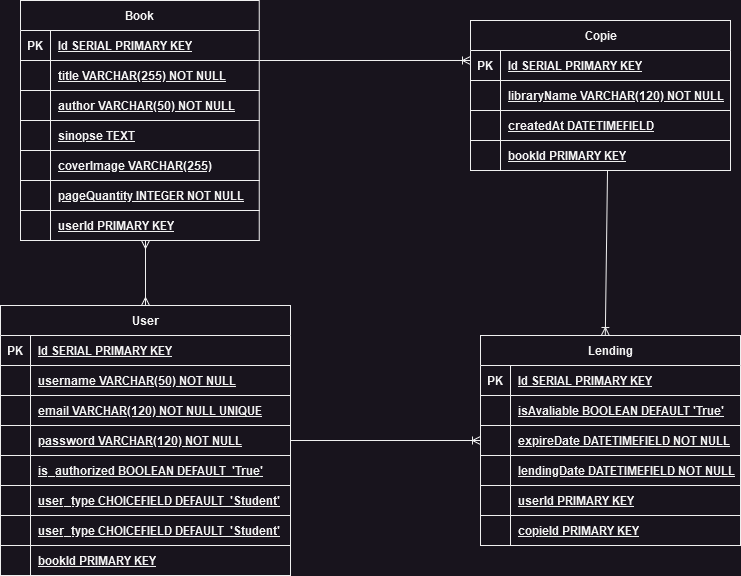
Before: diagram.png, a diagram exported from draw.io (m5-t15-g20/Biblioteka). Source tidied: cells renumbered, new cells last; positions are measured from the earlier drawing's top-left corner, leaving out a move shared by most shapes.
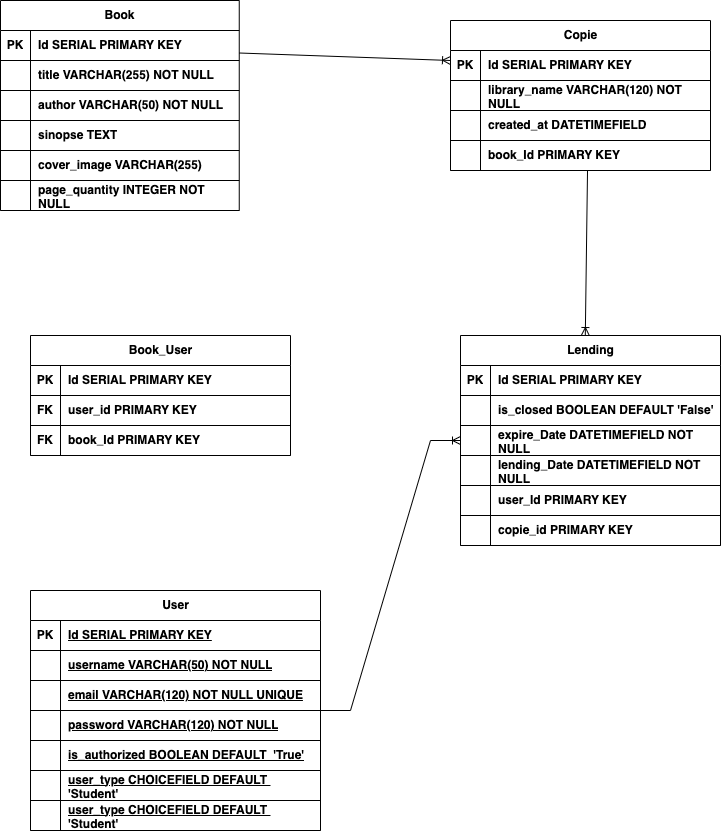
After the commit.

Diff of the diagram source:
```diff
@@ -3,7 +3,7 @@
     <mxCell id="0" />
     <mxCell id="1" parent="0" />
     <mxCell id="2" value="Book" style="shape=table;startSize=30;rowLines=0;fontStyle=1;align=center;html=1;" parent="1" vertex="1">
-      <mxGeometry x="20" width="238.8" height="240" as="geometry" />
+      <mxGeometry x="20" width="238.8" height="210" as="geometry" />
     </mxCell>
     <mxCell id="3" style="shape=tableRow;horizontal=0;startSize=0;swimlaneHead=0;swimlaneBody=0;fillColor=none;top=0;left=0;right=0;bottom=1;" parent="2" vertex="1">
       <mxGeometry y="30" width="238.8" height="30" as="geometry" />
@@ -11,7 +11,7 @@
     <mxCell id="4" value="PK" style="shape=partialRectangle;fillColor=none;top=0;left=0;bottom=0;right=0;fontStyle=1;overflow=hidden;whiteSpace=wrap;html=1;" parent="3" vertex="1">
       <mxGeometry width="30" height="30" as="geometry" />
     </mxCell>
-    <mxCell id="5" value="Id SERIAL PRIMARY KEY" style="shape=partialRectangle;fillColor=none;top=0;left=0;bottom=0;right=0;align=left;spacingLeft=6;fontStyle=5;overflow=hidden;whiteSpace=wrap;html=1;" parent="3" vertex="1">
+    <mxCell id="5" value="Id SERIAL PRIMARY KEY" style="shape=partialRectangle;fillColor=none;top=0;left=0;bottom=0;right=0;align=left;spacingLeft=6;fontStyle=1;overflow=hidden;whiteSpace=wrap;html=1;" parent="3" vertex="1">
       <mxGeometry x="30" width="208.8" height="30" as="geometry" />
     </mxCell>
     <mxCell id="6" style="shape=tableRow;horizontal=0;startSize=0;swimlaneHead=0;swimlaneBody=0;fillColor=none;top=0;left=0;right=0;bottom=1;" parent="2" vertex="1">
@@ -20,7 +20,7 @@
     <mxCell id="7" style="shape=partialRectangle;fillColor=none;top=0;left=0;bottom=0;right=0;fontStyle=1;overflow=hidden;whiteSpace=wrap;html=1;strokeColor=default;" parent="6" vertex="1">
       <mxGeometry width="30" height="30" as="geometry" />
     </mxCell>
-    <mxCell id="8" value="title VARCHAR(255) NOT NULL" style="shape=partialRectangle;fillColor=none;top=0;left=0;bottom=0;right=0;align=left;spacingLeft=6;fontStyle=5;overflow=hidden;whiteSpace=wrap;html=1;" parent="6" vertex="1">
+    <mxCell id="8" value="title VARCHAR(255) NOT NULL" style="shape=partialRectangle;fillColor=none;top=0;left=0;bottom=0;right=0;align=left;spacingLeft=6;fontStyle=1;overflow=hidden;whiteSpace=wrap;html=1;" parent="6" vertex="1">
       <mxGeometry x="30" width="208.8" height="30" as="geometry" />
     </mxCell>
     <mxCell id="9" style="shape=tableRow;horizontal=0;startSize=0;swimlaneHead=0;swimlaneBody=0;fillColor=none;top=0;left=0;right=0;bottom=1;" parent="2" vertex="1">
@@ -29,7 +29,7 @@
     <mxCell id="10" style="shape=partialRectangle;fillColor=none;top=0;left=0;bottom=0;right=0;fontStyle=1;overflow=hidden;whiteSpace=wrap;html=1;" parent="9" vertex="1">
       <mxGeometry width="30" height="30" as="geometry" />
     </mxCell>
-    <mxCell id="11" value="author VARCHAR(50) NOT NULL" style="shape=partialRectangle;fillColor=none;top=0;left=0;bottom=0;right=0;align=left;spacingLeft=6;fontStyle=5;overflow=hidden;whiteSpace=wrap;html=1;" parent="9" vertex="1">
+    <mxCell id="11" value="author VARCHAR(50) NOT NULL" style="shape=partialRectangle;fillColor=none;top=0;left=0;bottom=0;right=0;align=left;spacingLeft=6;fontStyle=1;overflow=hidden;whiteSpace=wrap;html=1;" parent="9" vertex="1">
       <mxGeometry x="30" width="208.8" height="30" as="geometry" />
     </mxCell>
     <mxCell id="12" style="shape=tableRow;horizontal=0;startSize=0;swimlaneHead=0;swimlaneBody=0;fillColor=none;top=0;left=0;right=0;bottom=1;" parent="2" vertex="1">
@@ -38,7 +38,7 @@
     <mxCell id="13" style="shape=partialRectangle;fillColor=none;top=0;left=0;bottom=0;right=0;fontStyle=1;overflow=hidden;whiteSpace=wrap;html=1;" parent="12" vertex="1">
       <mxGeometry width="30" height="30" as="geometry" />
     </mxCell>
-    <mxCell id="14" value="sinopse TEXT " style="shape=partialRectangle;fillColor=none;top=0;left=0;bottom=0;right=0;align=left;spacingLeft=6;fontStyle=5;overflow=hidden;whiteSpace=wrap;html=1;" parent="12" vertex="1">
+    <mxCell id="14" value="sinopse TEXT " style="shape=partialRectangle;fillColor=none;top=0;left=0;bottom=0;right=0;align=left;spacingLeft=6;fontStyle=1;overflow=hidden;whiteSpace=wrap;html=1;" parent="12" vertex="1">
       <mxGeometry x="30" width="208.8" height="30" as="geometry" />
     </mxCell>
     <mxCell id="15" style="shape=tableRow;horizontal=0;startSize=0;swimlaneHead=0;swimlaneBody=0;fillColor=none;top=0;left=0;right=0;bottom=1;" parent="2" vertex="1">
@@ -47,7 +47,7 @@
     <mxCell id="16" style="shape=partialRectangle;fillColor=none;top=0;left=0;bottom=0;right=0;fontStyle=1;overflow=hidden;whiteSpace=wrap;html=1;" parent="15" vertex="1">
       <mxGeometry width="30" height="30" as="geometry" />
     </mxCell>
-    <mxCell id="17" value="coverImage VARCHAR(255) " style="shape=partialRectangle;fillColor=none;top=0;left=0;bottom=0;right=0;align=left;spacingLeft=6;fontStyle=5;overflow=hidden;whiteSpace=wrap;html=1;" parent="15" vertex="1">
+    <mxCell id="17" value="cover_image VARCHAR(255) " style="shape=partialRectangle;fillColor=none;top=0;left=0;bottom=0;right=0;align=left;spacingLeft=6;fontStyle=1;overflow=hidden;whiteSpace=wrap;html=1;" parent="15" vertex="1">
       <mxGeometry x="30" width="208.8" height="30" as="geometry" />
     </mxCell>
     <mxCell id="18" style="shape=tableRow;horizontal=0;startSize=0;swimlaneHead=0;swimlaneBody=0;fillColor=none;top=0;left=0;right=0;bottom=1;" parent="2" vertex="1">
@@ -56,18 +56,9 @@
     <mxCell id="19" style="shape=partialRectangle;fillColor=none;top=0;left=0;bottom=0;right=0;fontStyle=1;overflow=hidden;whiteSpace=wrap;html=1;" parent="18" vertex="1">
       <mxGeometry width="30" height="30" as="geometry" />
     </mxCell>
-    <mxCell id="20" value="pageQuantity INTEGER NOT NULL" style="shape=partialRectangle;fillColor=none;top=0;left=0;bottom=0;right=0;align=left;spacingLeft=6;fontStyle=5;overflow=hidden;whiteSpace=wrap;html=1;" parent="18" vertex="1">
+    <mxCell id="20" value="page_quantity INTEGER NOT NULL" style="shape=partialRectangle;fillColor=none;top=0;left=0;bottom=0;right=0;align=left;spacingLeft=6;fontStyle=1;overflow=hidden;whiteSpace=wrap;html=1;" parent="18" vertex="1">
       <mxGeometry x="30" width="208.8" height="30" as="geometry" />
     </mxCell>
-    <mxCell id="21" style="shape=tableRow;horizontal=0;startSize=0;swimlaneHead=0;swimlaneBody=0;fillColor=none;top=0;left=0;right=0;bottom=1;" parent="2" vertex="1">
-      <mxGeometry y="210" width="238.8" height="30" as="geometry" />
-    </mxCell>
-    <mxCell id="22" style="shape=partialRectangle;fillColor=none;top=0;left=0;bottom=0;right=0;fontStyle=1;overflow=hidden;whiteSpace=wrap;html=1;" parent="21" vertex="1">
-      <mxGeometry width="30" height="30" as="geometry" />
-    </mxCell>
-    <mxCell id="23" value="userId PRIMARY KEY" style="shape=partialRectangle;fillColor=none;top=0;left=0;bottom=0;right=0;align=left;spacingLeft=6;fontStyle=5;overflow=hidden;whiteSpace=wrap;html=1;" parent="21" vertex="1">
-      <mxGeometry x="30" width="208.8" height="30" as="geometry" />
-    </mxCell>
     <mxCell id="24" value="Copie" style="shape=table;startSize=30;rowLines=0;fontStyle=1;align=center;html=1;" parent="1" vertex="1">
       <mxGeometry x="470" y="20" width="260" height="150" as="geometry" />
     </mxCell>
@@ -77,7 +68,7 @@
     <mxCell id="26" value="PK" style="shape=partialRectangle;fillColor=none;top=0;left=0;bottom=0;right=0;fontStyle=1;overflow=hidden;whiteSpace=wrap;html=1;" parent="25" vertex="1">
       <mxGeometry width="30" height="30" as="geometry" />
     </mxCell>
-    <mxCell id="27" value="Id SERIAL PRIMARY KEY" style="shape=partialRectangle;fillColor=none;top=0;left=0;bottom=0;right=0;align=left;spacingLeft=6;fontStyle=5;overflow=hidden;whiteSpace=wrap;html=1;" parent="25" vertex="1">
+    <mxCell id="27" value="Id SERIAL PRIMARY KEY" style="shape=partialRectangle;fillColor=none;top=0;left=0;bottom=0;right=0;align=left;spacingLeft=6;fontStyle=1;overflow=hidden;whiteSpace=wrap;html=1;" parent="25" vertex="1">
       <mxGeometry x="30" width="230" height="30" as="geometry" />
     </mxCell>
     <mxCell id="28" style="shape=tableRow;horizontal=0;startSize=0;swimlaneHead=0;swimlaneBody=0;fillColor=none;top=0;left=0;right=0;bottom=1;" parent="24" vertex="1">
@@ -86,7 +77,7 @@
     <mxCell id="29" style="shape=partialRectangle;fillColor=none;top=0;left=0;bottom=0;right=0;fontStyle=1;overflow=hidden;whiteSpace=wrap;html=1;" parent="28" vertex="1">
       <mxGeometry width="30" height="30" as="geometry" />
     </mxCell>
-    <mxCell id="30" value="libraryName VARCHAR(120) NOT NULL" style="shape=partialRectangle;fillColor=none;top=0;left=0;bottom=0;right=0;align=left;spacingLeft=6;fontStyle=5;overflow=hidden;whiteSpace=wrap;html=1;" parent="28" vertex="1">
+    <mxCell id="30" value="library_name VARCHAR(120) NOT NULL" style="shape=partialRectangle;fillColor=none;top=0;left=0;bottom=0;right=0;align=left;spacingLeft=6;fontStyle=1;overflow=hidden;whiteSpace=wrap;html=1;" parent="28" vertex="1">
       <mxGeometry x="30" width="230" height="30" as="geometry" />
     </mxCell>
     <mxCell id="31" style="shape=tableRow;horizontal=0;startSize=0;swimlaneHead=0;swimlaneBody=0;fillColor=none;top=0;left=0;right=0;bottom=1;" parent="24" vertex="1">
@@ -95,7 +86,7 @@
     <mxCell id="32" style="shape=partialRectangle;fillColor=none;top=0;left=0;bottom=0;right=0;fontStyle=1;overflow=hidden;whiteSpace=wrap;html=1;" parent="31" vertex="1">
       <mxGeometry width="30" height="30" as="geometry" />
     </mxCell>
-    <mxCell id="33" value="createdAt DATETIMEFIELD" style="shape=partialRectangle;fillColor=none;top=0;left=0;bottom=0;right=0;align=left;spacingLeft=6;fontStyle=5;overflow=hidden;whiteSpace=wrap;html=1;" parent="31" vertex="1">
+    <mxCell id="33" value="created_at DATETIMEFIELD" style="shape=partialRectangle;fillColor=none;top=0;left=0;bottom=0;right=0;align=left;spacingLeft=6;fontStyle=1;overflow=hidden;whiteSpace=wrap;html=1;" parent="31" vertex="1">
       <mxGeometry x="30" width="230" height="30" as="geometry" />
     </mxCell>
     <mxCell id="34" style="shape=tableRow;horizontal=0;startSize=0;swimlaneHead=0;swimlaneBody=0;fillColor=none;points=[[0,0.5],[1,0.5]];portConstraint=eastwest;top=0;left=0;right=0;bottom=1;" parent="24" vertex="1">
@@ -104,11 +95,11 @@
     <mxCell id="35" style="shape=partialRectangle;fillColor=none;top=0;left=0;bottom=0;right=0;fontStyle=1;overflow=hidden;whiteSpace=wrap;html=1;" parent="34" vertex="1">
       <mxGeometry width="30" height="30" as="geometry" />
     </mxCell>
-    <mxCell id="36" value="bookId PRIMARY KEY" style="shape=partialRectangle;fillColor=none;top=0;left=0;bottom=0;right=0;align=left;spacingLeft=6;fontStyle=5;overflow=hidden;whiteSpace=wrap;html=1;" parent="34" vertex="1">
+    <mxCell id="36" value="book_Id PRIMARY KEY" style="shape=partialRectangle;fillColor=none;top=0;left=0;bottom=0;right=0;align=left;spacingLeft=6;fontStyle=1;overflow=hidden;whiteSpace=wrap;html=1;" parent="34" vertex="1">
       <mxGeometry x="30" width="230" height="30" as="geometry" />
     </mxCell>
     <mxCell id="37" value="User" style="shape=table;startSize=30;rowLines=0;fontStyle=1;align=center;html=1;" parent="1" vertex="1">
-      <mxGeometry y="305" width="290" height="270" as="geometry" />
+      <mxGeometry x="50" y="590" width="290" height="240" as="geometry" />
     </mxCell>
     <mxCell id="38" style="shape=tableRow;horizontal=0;startSize=0;swimlaneHead=0;swimlaneBody=0;fillColor=none;top=0;left=0;right=0;bottom=1;" parent="37" vertex="1">
       <mxGeometry y="30" width="290" height="30" as="geometry" />
@@ -173,15 +164,6 @@
     <mxCell id="58" value="user_type CHOICEFIELD DEFAULT&amp;nbsp; 'Student'" style="shape=partialRectangle;fillColor=none;top=0;left=0;bottom=0;right=0;align=left;spacingLeft=6;fontStyle=5;overflow=hidden;whiteSpace=wrap;html=1;" parent="56" vertex="1">
       <mxGeometry x="30" width="260" height="30" as="geometry" />
     </mxCell>
-    <mxCell id="59" style="shape=tableRow;horizontal=0;startSize=0;swimlaneHead=0;swimlaneBody=0;fillColor=none;top=0;left=0;right=0;bottom=1;" parent="37" vertex="1">
-      <mxGeometry y="240" width="290" height="30" as="geometry" />
-    </mxCell>
-    <mxCell id="60" style="shape=partialRectangle;fillColor=none;top=0;left=0;bottom=0;right=0;fontStyle=1;overflow=hidden;whiteSpace=wrap;html=1;" parent="59" vertex="1">
-      <mxGeometry width="30" height="30" as="geometry" />
-    </mxCell>
-    <mxCell id="61" value="bookId PRIMARY KEY" style="shape=partialRectangle;fillColor=none;top=0;left=0;bottom=0;right=0;align=left;spacingLeft=6;fontStyle=5;overflow=hidden;whiteSpace=wrap;html=1;" parent="59" vertex="1">
-      <mxGeometry x="30" width="260" height="30" as="geometry" />
-    </mxCell>
     <mxCell id="62" value="Lending" style="shape=table;startSize=30;rowLines=0;fontStyle=1;align=center;html=1;" parent="1" vertex="1">
       <mxGeometry x="480" y="335" width="260" height="210" as="geometry" />
     </mxCell>
@@ -191,7 +173,7 @@
     <mxCell id="64" value="PK" style="shape=partialRectangle;fillColor=none;top=0;left=0;bottom=0;right=0;fontStyle=1;overflow=hidden;whiteSpace=wrap;html=1;" parent="63" vertex="1">
       <mxGeometry width="30" height="30" as="geometry" />
     </mxCell>
-    <mxCell id="65" value="Id SERIAL PRIMARY KEY" style="shape=partialRectangle;fillColor=none;top=0;left=0;bottom=0;right=0;align=left;spacingLeft=6;fontStyle=5;overflow=hidden;whiteSpace=wrap;html=1;" parent="63" vertex="1">
+    <mxCell id="65" value="Id SERIAL PRIMARY KEY" style="shape=partialRectangle;fillColor=none;top=0;left=0;bottom=0;right=0;align=left;spacingLeft=6;fontStyle=1;overflow=hidden;whiteSpace=wrap;html=1;" parent="63" vertex="1">
       <mxGeometry x="30" width="230" height="30" as="geometry" />
     </mxCell>
     <mxCell id="66" style="shape=tableRow;horizontal=0;startSize=0;swimlaneHead=0;swimlaneBody=0;fillColor=none;top=0;left=0;right=0;bottom=1;" parent="62" vertex="1">
@@ -200,7 +182,7 @@
     <mxCell id="67" style="shape=partialRectangle;fillColor=none;top=0;left=0;bottom=0;right=0;fontStyle=1;overflow=hidden;whiteSpace=wrap;html=1;" parent="66" vertex="1">
       <mxGeometry width="30" height="30" as="geometry" />
     </mxCell>
-    <mxCell id="68" value="isAvaliable BOOLEAN DEFAULT 'True'" style="shape=partialRectangle;fillColor=none;top=0;left=0;bottom=0;right=0;align=left;spacingLeft=6;fontStyle=5;overflow=hidden;whiteSpace=wrap;html=1;" parent="66" vertex="1">
+    <mxCell id="68" value="is_closed BOOLEAN DEFAULT 'False'" style="shape=partialRectangle;fillColor=none;top=0;left=0;bottom=0;right=0;align=left;spacingLeft=6;fontStyle=1;overflow=hidden;whiteSpace=wrap;html=1;" parent="66" vertex="1">
       <mxGeometry x="30" width="230" height="30" as="geometry" />
     </mxCell>
     <mxCell id="69" style="shape=tableRow;horizontal=0;startSize=0;swimlaneHead=0;swimlaneBody=0;fillColor=none;top=0;left=0;right=0;bottom=1;" parent="62" vertex="1">
@@ -209,7 +191,7 @@
     <mxCell id="70" style="shape=partialRectangle;fillColor=none;top=0;left=0;bottom=0;right=0;fontStyle=1;overflow=hidden;whiteSpace=wrap;html=1;" parent="69" vertex="1">
       <mxGeometry width="30" height="30" as="geometry" />
     </mxCell>
-    <mxCell id="71" value="expireDate DATETIMEFIELD NOT NULL" style="shape=partialRectangle;fillColor=none;top=0;left=0;bottom=0;right=0;align=left;spacingLeft=6;fontStyle=5;overflow=hidden;whiteSpace=wrap;html=1;" parent="69" vertex="1">
+    <mxCell id="71" value="expire_Date DATETIMEFIELD NOT NULL" style="shape=partialRectangle;fillColor=none;top=0;left=0;bottom=0;right=0;align=left;spacingLeft=6;fontStyle=1;overflow=hidden;whiteSpace=wrap;html=1;" parent="69" vertex="1">
       <mxGeometry x="30" width="230" height="30" as="geometry" />
     </mxCell>
     <mxCell id="72" style="shape=tableRow;horizontal=0;startSize=0;swimlaneHead=0;swimlaneBody=0;fillColor=none;top=0;left=0;right=0;bottom=1;" parent="62" vertex="1">
@@ -218,7 +200,7 @@
     <mxCell id="73" style="shape=partialRectangle;fillColor=none;top=0;left=0;bottom=0;right=0;fontStyle=1;overflow=hidden;whiteSpace=wrap;html=1;" parent="72" vertex="1">
       <mxGeometry width="30" height="30" as="geometry" />
     </mxCell>
-    <mxCell id="74" value="lendingDate DATETIMEFIELD NOT NULL" style="shape=partialRectangle;fillColor=none;top=0;left=0;bottom=0;right=0;align=left;spacingLeft=6;fontStyle=5;overflow=hidden;whiteSpace=wrap;html=1;" parent="72" vertex="1">
+    <mxCell id="74" value="lending_Date DATETIMEFIELD NOT NULL" style="shape=partialRectangle;fillColor=none;top=0;left=0;bottom=0;right=0;align=left;spacingLeft=6;fontStyle=1;overflow=hidden;whiteSpace=wrap;html=1;" parent="72" vertex="1">
       <mxGeometry x="30" width="230" height="30" as="geometry" />
     </mxCell>
     <mxCell id="75" style="shape=tableRow;horizontal=0;startSize=0;swimlaneHead=0;swimlaneBody=0;fillColor=none;top=0;left=0;right=0;bottom=1;" parent="62" vertex="1">
@@ -227,7 +209,7 @@
     <mxCell id="76" style="shape=partialRectangle;fillColor=none;top=0;left=0;bottom=0;right=0;fontStyle=1;overflow=hidden;whiteSpace=wrap;html=1;" parent="75" vertex="1">
       <mxGeometry width="30" height="30" as="geometry" />
     </mxCell>
-    <mxCell id="77" value="userId PRIMARY KEY " style="shape=partialRectangle;fillColor=none;top=0;left=0;bottom=0;right=0;align=left;spacingLeft=6;fontStyle=5;overflow=hidden;whiteSpace=wrap;html=1;" parent="75" vertex="1">
+    <mxCell id="77" value="user_Id PRIMARY KEY " style="shape=partialRectangle;fillColor=none;top=0;left=0;bottom=0;right=0;align=left;spacingLeft=6;fontStyle=1;overflow=hidden;whiteSpace=wrap;html=1;" parent="75" vertex="1">
       <mxGeometry x="30" width="230" height="30" as="geometry" />
     </mxCell>
     <mxCell id="78" style="shape=tableRow;horizontal=0;startSize=0;swimlaneHead=0;swimlaneBody=0;fillColor=none;top=0;left=0;right=0;bottom=1;" parent="62" vertex="1">
@@ -236,7 +218,7 @@
     <mxCell id="79" style="shape=partialRectangle;fillColor=none;top=0;left=0;bottom=0;right=0;fontStyle=1;overflow=hidden;whiteSpace=wrap;html=1;" parent="78" vertex="1">
       <mxGeometry width="30" height="30" as="geometry" />
     </mxCell>
-    <mxCell id="80" value="copieId PRIMARY KEY" style="shape=partialRectangle;fillColor=none;top=0;left=0;bottom=0;right=0;align=left;spacingLeft=6;fontStyle=5;overflow=hidden;whiteSpace=wrap;html=1;" parent="78" vertex="1">
+    <mxCell id="80" value="copie_id PRIMARY KEY" style="shape=partialRectangle;fillColor=none;top=0;left=0;bottom=0;right=0;align=left;spacingLeft=6;fontStyle=1;overflow=hidden;whiteSpace=wrap;html=1;" parent="78" vertex="1">
       <mxGeometry x="30" width="230" height="30" as="geometry" />
     </mxCell>
     <mxCell id="81" style="fontSize=12;html=1;endArrow=ERoneToMany;rounded=0;exitX=1;exitY=0.25;exitDx=0;exitDy=0;entryX=0;entryY=0.333;entryDx=0;entryDy=0;entryPerimeter=0;" parent="1" edge="1" source="2" target="25">
@@ -248,10 +230,35 @@
     <mxCell id="83" style="edgeStyle=entityRelationEdgeStyle;fontSize=12;html=1;endArrow=ERoneToMany;rounded=0;exitX=1;exitY=0.5;exitDx=0;exitDy=0;entryX=0;entryY=0.5;entryDx=0;entryDy=0;" parent="1" edge="1" source="37" target="62">
       <mxGeometry relative="1" as="geometry" />
     </mxCell>
-    <mxCell id="84" style="fontSize=12;html=1;endArrow=ERmany;startArrow=ERmany;rounded=0;exitX=0.5;exitY=0;exitDx=0;exitDy=0;" parent="1" edge="1" source="37">
-      <mxGeometry relative="1" as="geometry">
-        <mxPoint x="145" y="240" as="targetPoint" />
-      </mxGeometry>
-    </mxCell>
+    <mxCell id="85" value="Book_User" style="shape=table;startSize=30;rowLines=0;fontStyle=1;align=center;html=1;" parent="1" vertex="1">
+      <mxGeometry x="50" y="335" width="260" height="120" as="geometry" />
+    </mxCell>
+    <mxCell id="86" style="shape=tableRow;horizontal=0;startSize=0;swimlaneHead=0;swimlaneBody=0;fillColor=none;top=0;left=0;right=0;bottom=1;" parent="85" vertex="1">
+      <mxGeometry y="30" width="260" height="30" as="geometry" />
+    </mxCell>
+    <mxCell id="87" value="PK" style="shape=partialRectangle;fillColor=none;top=0;left=0;bottom=0;right=0;fontStyle=1;overflow=hidden;whiteSpace=wrap;html=1;" parent="86" vertex="1">
+      <mxGeometry width="30" height="30" as="geometry" />
+    </mxCell>
+    <mxCell id="88" value="Id SERIAL PRIMARY KEY" style="shape=partialRectangle;fillColor=none;top=0;left=0;bottom=0;right=0;align=left;spacingLeft=6;fontStyle=1;overflow=hidden;whiteSpace=wrap;html=1;" parent="86" vertex="1">
+      <mxGeometry x="30" width="230" height="30" as="geometry" />
+    </mxCell>
+    <mxCell id="89" style="shape=tableRow;horizontal=0;startSize=0;swimlaneHead=0;swimlaneBody=0;fillColor=none;top=0;left=0;right=0;bottom=1;" parent="85" vertex="1">
+      <mxGeometry y="60" width="260" height="30" as="geometry" />
+    </mxCell>
+    <mxCell id="90" value="FK" style="shape=partialRectangle;fillColor=none;top=0;left=0;bottom=0;right=0;fontStyle=1;overflow=hidden;whiteSpace=wrap;html=1;" parent="89" vertex="1">
+      <mxGeometry width="30" height="30" as="geometry" />
+    </mxCell>
+    <mxCell id="91" value="user_id PRIMARY KEY" style="shape=partialRectangle;fillColor=none;top=0;left=0;bottom=0;right=0;align=left;spacingLeft=6;fontStyle=1;overflow=hidden;whiteSpace=wrap;html=1;" parent="89" vertex="1">
+      <mxGeometry x="30" width="230" height="30" as="geometry" />
+    </mxCell>
+    <mxCell id="92" style="shape=tableRow;horizontal=0;startSize=0;swimlaneHead=0;swimlaneBody=0;fillColor=none;top=0;left=0;right=0;bottom=1;" parent="85" vertex="1">
+      <mxGeometry y="90" width="260" height="30" as="geometry" />
+    </mxCell>
+    <mxCell id="93" value="FK" style="shape=partialRectangle;fillColor=none;top=0;left=0;bottom=0;right=0;fontStyle=1;overflow=hidden;whiteSpace=wrap;html=1;" parent="92" vertex="1">
+      <mxGeometry width="30" height="30" as="geometry" />
+    </mxCell>
+    <mxCell id="94" value="book_Id PRIMARY KEY" style="shape=partialRectangle;fillColor=none;top=0;left=0;bottom=0;right=0;align=left;spacingLeft=6;fontStyle=1;overflow=hidden;whiteSpace=wrap;html=1;" parent="92" vertex="1">
+      <mxGeometry x="30" width="230" height="30" as="geometry" />
+    </mxCell>
   </root>
 </mxGraphModel>
```
